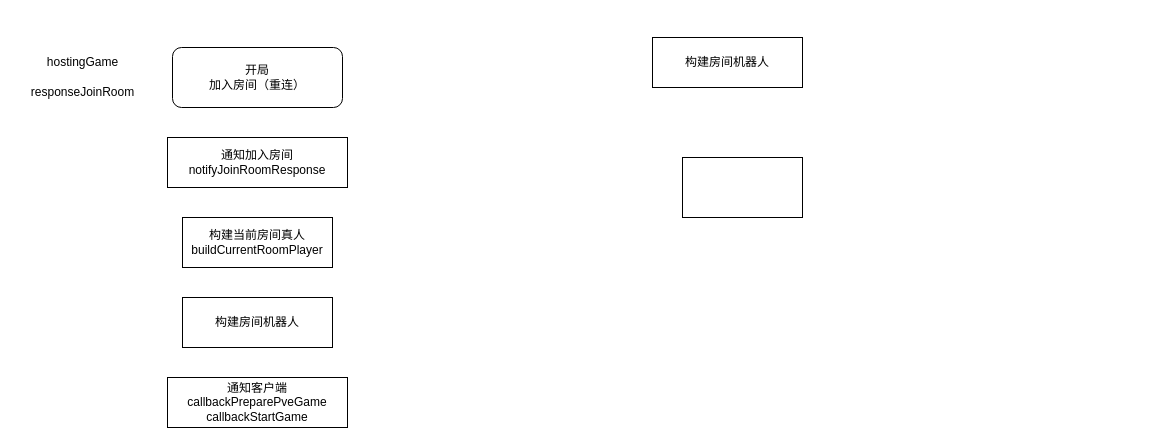
The draw.io diagram SSJJ2/机器人展示Loading.drawio in Ordertiny/graph, before the edit. Source tidied: cells renumbered, new cells numbered last; positions are measured from the earlier drawing's top-left corner, leaving out a move shared by most shapes. Both pictures are drawn from the tidied source at 100%, with x=0, y=0 at pixel (17, 37).
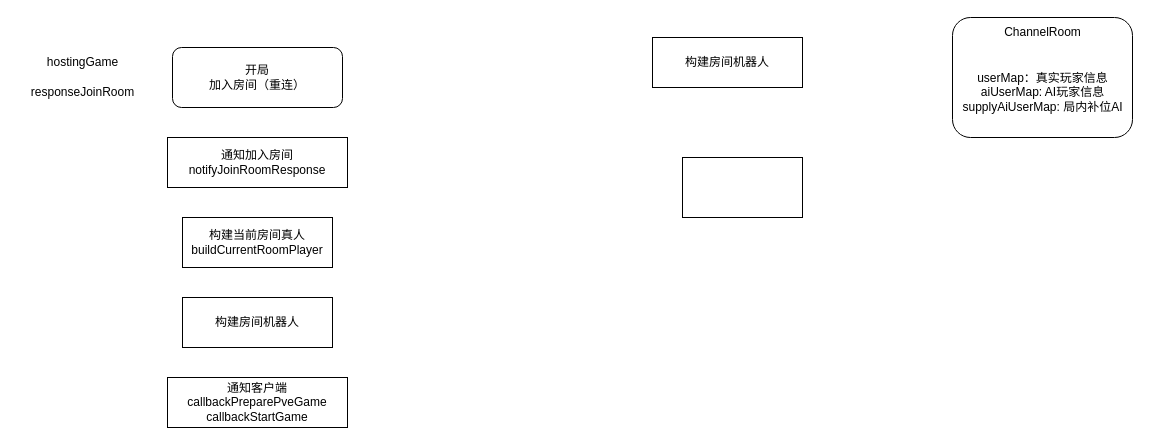
Above is the later version.

Commit message (it also covers changes not shown here):
更新机器人展示Loading.drawio

The edit, as a diff of the source:
```diff
@@
 <mxGraphModel>
   <root>
     <mxCell id="0" />
     <mxCell id="1" parent="0" />
     <mxCell id="2" value="开局&lt;br&gt;加入房间（重连）" style="rounded=1;whiteSpace=wrap;html=1;" parent="1" vertex="1">
       <mxGeometry x="155" y="10" width="170" height="60" as="geometry" />
     </mxCell>
     <mxCell id="3" value="hostingGame" style="text;html=1;align=center;verticalAlign=middle;strokeColor=none;fillColor=none;" parent="1" vertex="1">
       <mxGeometry x="20" y="10" width="90" height="30" as="geometry" />
     </mxCell>
     <mxCell id="4" value="responseJoinRoom" style="text;html=1;align=center;verticalAlign=middle;strokeColor=none;fillColor=none;" parent="1" vertex="1">
       <mxGeometry y="40" width="130" height="30" as="geometry" />
     </mxCell>
     <mxCell id="5" value="通知加入房间&lt;br&gt;notifyJoinRoomResponse" style="whiteSpace=wrap;html=1;" parent="1" vertex="1">
       <mxGeometry x="150" y="100" width="180" height="50" as="geometry" />
     </mxCell>
     <mxCell id="6" value="构建当前房间真人&lt;br&gt;buildCurrentRoomPlayer" style="whiteSpace=wrap;html=1;" parent="1" vertex="1">
       <mxGeometry x="165" y="180" width="150" height="50" as="geometry" />
     </mxCell>
     <mxCell id="7" value="构建房间机器人" style="whiteSpace=wrap;html=1;" parent="1" vertex="1">
       <mxGeometry x="165" y="260" width="150" height="50" as="geometry" />
     </mxCell>
     <mxCell id="8" value="通知客户端&lt;br&gt;callbackPreparePveGame&lt;br&gt;callbackStartGame" style="whiteSpace=wrap;html=1;" parent="1" vertex="1">
       <mxGeometry x="150" y="340" width="180" height="50" as="geometry" />
     </mxCell>
     <mxCell id="9" value="构建房间机器人" style="whiteSpace=wrap;html=1;" parent="1" vertex="1">
       <mxGeometry x="635" width="150" height="50" as="geometry" />
     </mxCell>
     <mxCell id="10" style="rounded=0;whiteSpace=wrap;html=1;" parent="1" vertex="1">
       <mxGeometry x="665" y="120" width="120" height="60" as="geometry" />
     </mxCell>
+    <mxCell id="11" style="rounded=1;whiteSpace=wrap;html=1;" parent="1" vertex="1">
+      <mxGeometry x="935" y="-20" width="180" height="120" as="geometry" />
+    </mxCell>
+    <mxCell id="12" value="ChannelRoom" style="text;html=1;align=center;verticalAlign=middle;strokeColor=none;fillColor=none;" parent="1" vertex="1">
+      <mxGeometry x="975" y="-20" width="100" height="30" as="geometry" />
+    </mxCell>
+    <mxCell id="13" value="userMap：真实玩家信息&lt;br&gt;aiUserMap: AI玩家信息&lt;br&gt;supplyAiUserMap: 局内补位AI" style="text;html=1;align=center;verticalAlign=middle;strokeColor=none;fillColor=none;" parent="1" vertex="1">
+      <mxGeometry x="935" y="25" width="180" height="60" as="geometry" />
+    </mxCell>
   </root>
 </mxGraphModel>
```
